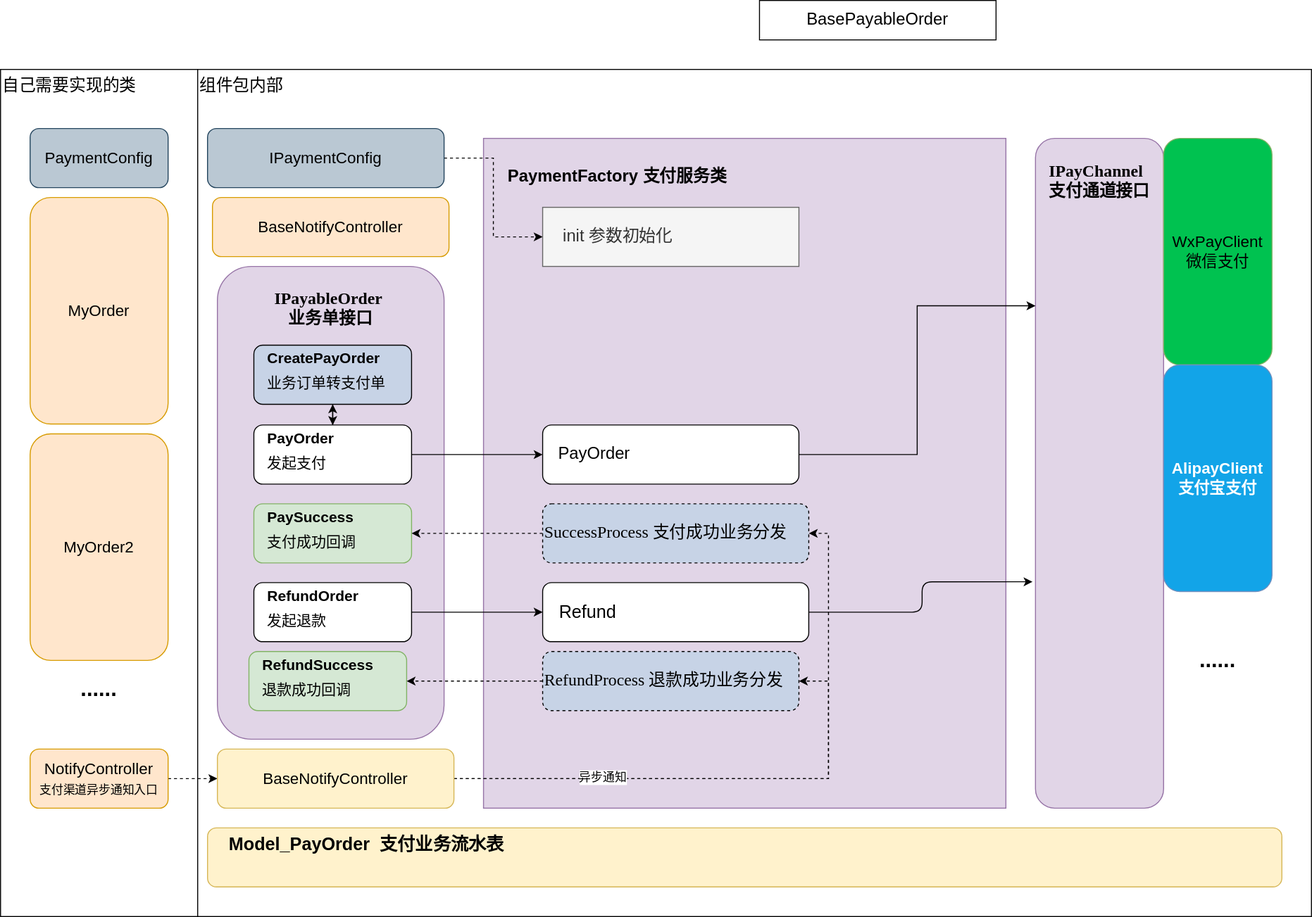
Above: doc/支付中间件（draw可编辑）.svg in SantiagoFan/php-payment (draw.io), before the change. Source tidied: cells renumbered, new cells last; positions are measured from the earlier drawing's top-left corner, leaving out a move shared by most shapes.
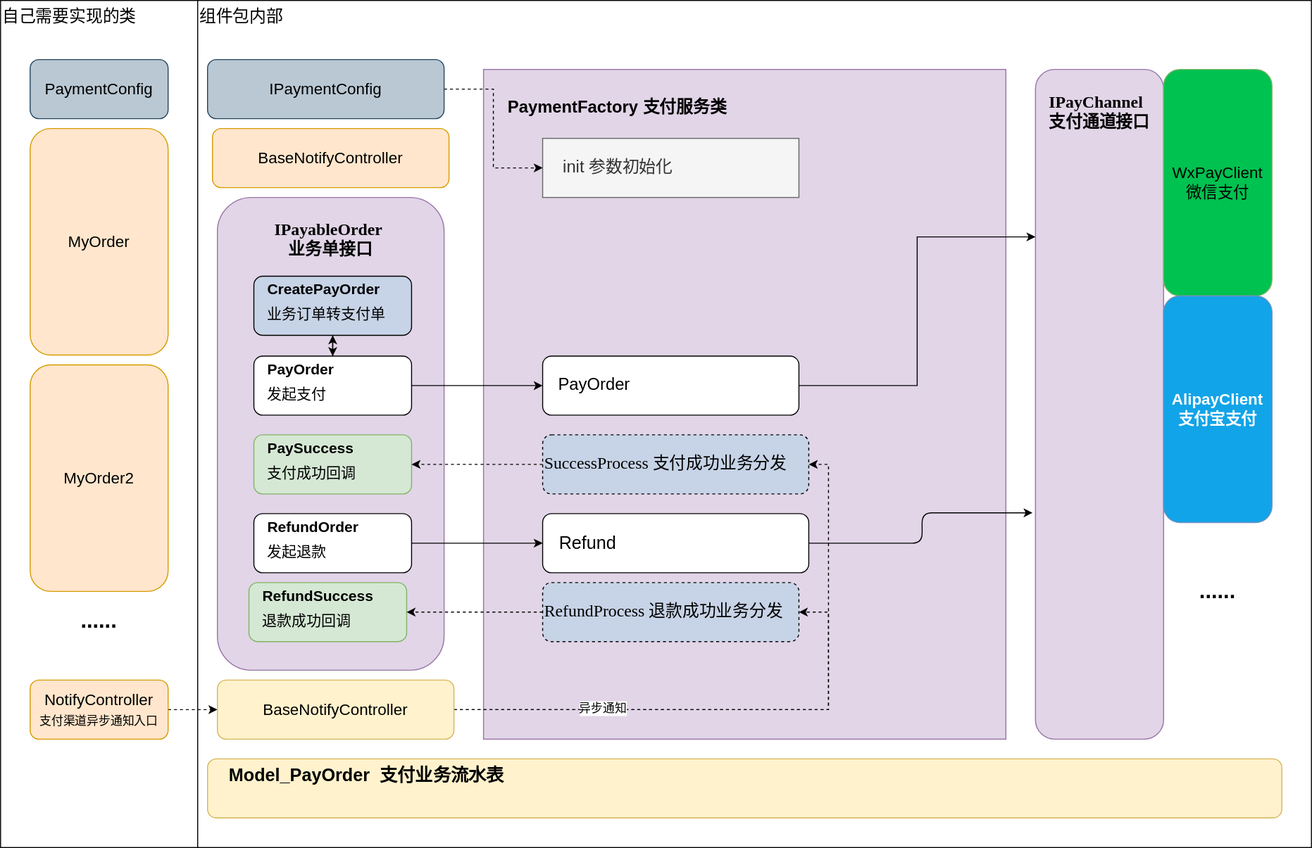
Above is the later version.

The edit, as a diff of the source:
```diff
@@ -124,9 +124,6 @@
     <mxCell id="40" value="&amp;nbsp; &amp;nbsp; init 参数初始化" style="whiteSpace=wrap;html=1;fontSize=17;align=left;rounded=0;fillColor=#f5f5f5;fontColor=#333333;strokeColor=#666666;glass=0;sketch=0;" parent="1" vertex="1">
       <mxGeometry x="550" y="210" width="260" height="60" as="geometry" />
     </mxCell>
-    <mxCell id="41" value="BasePayableOrder" style="rounded=0;whiteSpace=wrap;html=1;glass=0;sketch=0;fontSize=17;" parent="1" vertex="1">
-      <mxGeometry x="770" width="240" height="40" as="geometry" />
-    </mxCell>
     <mxCell id="42" value="BaseNotifyController" style="whiteSpace=wrap;html=1;fillColor=#ffe6cc;strokeColor=#d79b00;fontSize=16;rounded=1;" parent="1" vertex="1">
       <mxGeometry x="215" y="200" width="240" height="60" as="geometry" />
     </mxCell>
```
